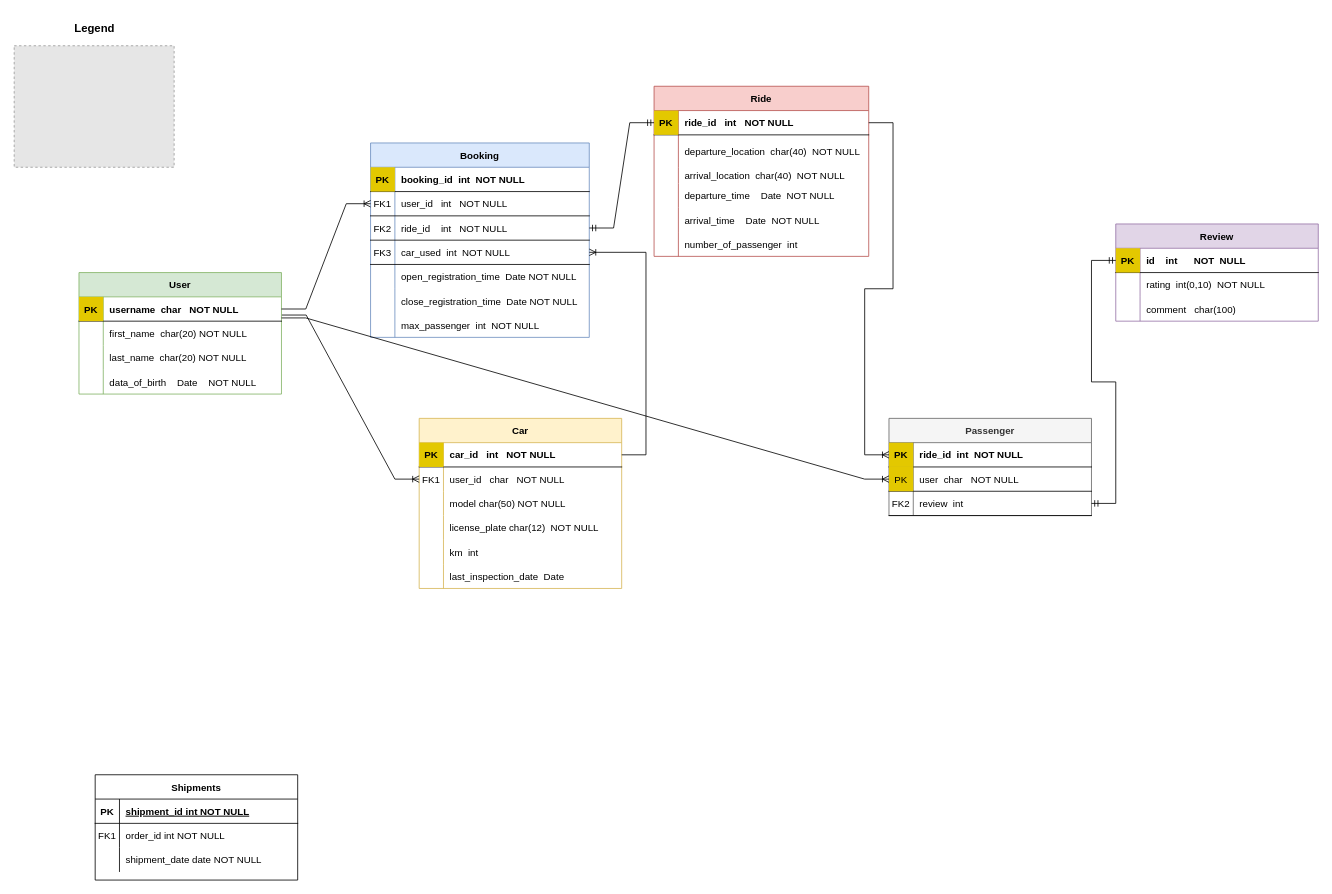
The draw.io diagram img/database_er.drawio in lucaAnza/CarPooling_website, before the edit. Source tidied: cells renumbered, new cells numbered last; positions are measured from the earlier drawing's top-left corner, leaving out a move shared by most shapes. Both pictures are drawn from the tidied source at 81%, with x=0, y=0 at pixel (14, 21). Pictures stored in the file or linked from it are replaced by grey dashed boxes.
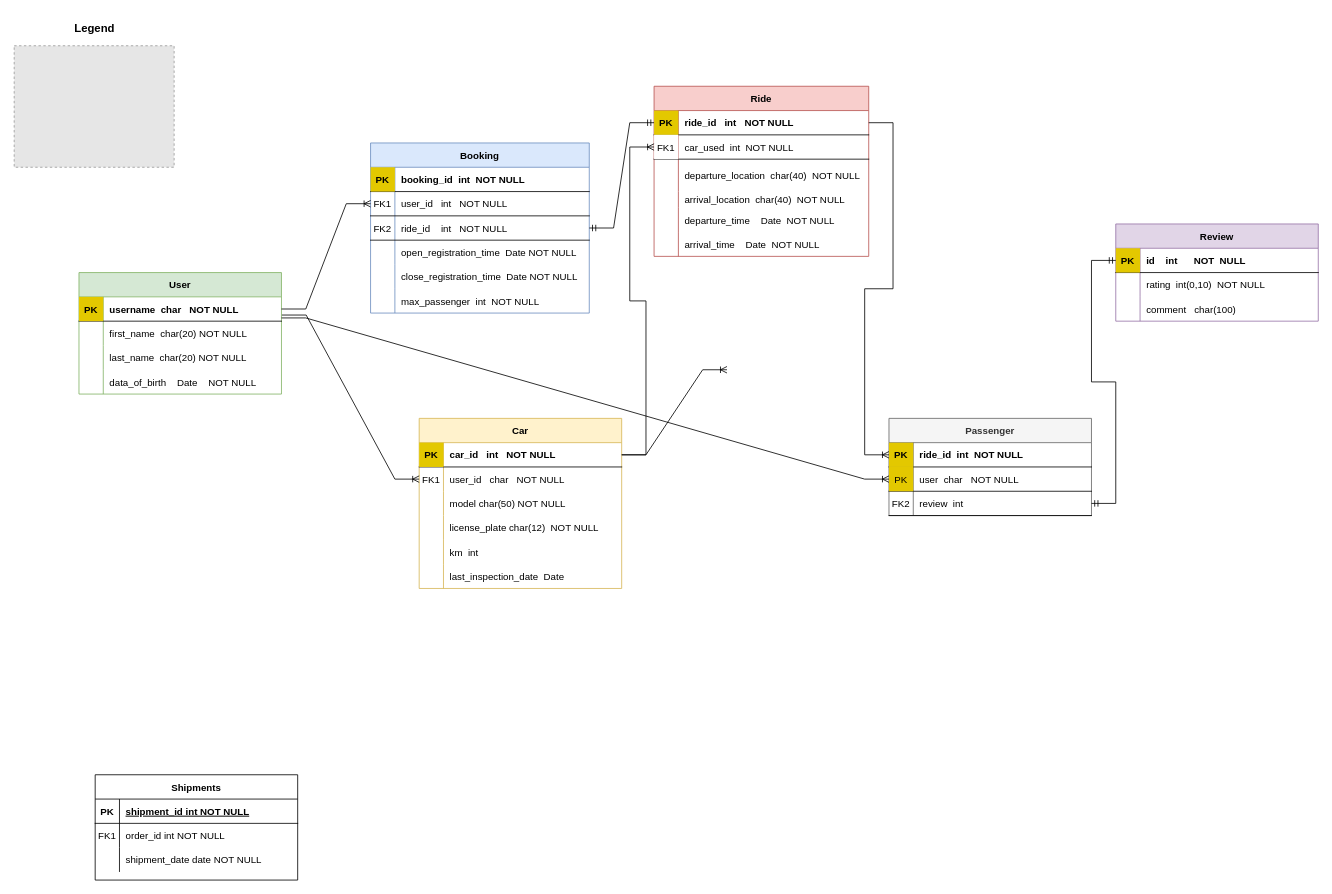
The same diagram, later.

Commit message (it also covers changes not shown here):
Change on database + upgrade trip front-end

The change refers to these unchanged cells:
```xml
<mxCell id="15" value="Ride" style="shape=table;startSize=30;childLayout=tableLayout;rowLines=0;fontStyle=1;align=center;fillColor=#f8cecc;strokeColor=#b85450;" parent="1" vertex="1">
  <mxGeometry x="790" y="80" width="265" height="210" as="geometry" />
</mxCell>
<mxCell id="35" style="shape=partialRectangle;fillColor=none;points=[[0,0.5],[1,0.5]];portConstraint=eastwest;top=0;left=0;right=0;bottom=1;" parent="34" vertex="1">
  <mxGeometry y="30" width="250" height="30" as="geometry" />
</mxCell>
```

The edit, as a diff of the source:
```diff
@@
+    <mxCell id="114" style="shape=partialRectangle;fillColor=none;points=[[0,0.5],[1,0.5]];portConstraint=eastwest;top=0;left=0;right=0;bottom=1;" parent="15" vertex="1">
+      <mxGeometry y="60" width="265" height="30" as="geometry" />
+    </mxCell>
+    <mxCell id="115" value="FK1" style="shape=partialRectangle;overflow=hidden;top=0;left=0;bottom=0;right=0;fontStyle=0;" parent="114" vertex="1">
+      <mxGeometry width="30" height="30" as="geometry" />
+    </mxCell>
+    <mxCell id="98" value="car_used  int  NOT NULL" style="shape=partialRectangle;overflow=hidden;fillColor=none;top=0;left=0;bottom=0;right=0;align=left;spacingLeft=6;fontStyle=0;" parent="114" vertex="1">
+      <mxGeometry x="30" width="235" height="30" as="geometry" />
+    </mxCell>
     <mxCell id="19" style="shape=partialRectangle;fillColor=none;top=0;left=0;right=0;bottom=0;" parent="15" vertex="1">
-      <mxGeometry y="60" width="265" height="40" as="geometry" />
+      <mxGeometry y="90" width="265" height="40" as="geometry" />
     </mxCell>
@@
     <mxCell id="22" style="shape=partialRectangle;fillColor=none;top=0;left=0;right=0;bottom=0;" parent="15" vertex="1">
-      <mxGeometry y="100" width="265" height="20" as="geometry" />
+      <mxGeometry y="130" width="265" height="20" as="geometry" />
     </mxCell>
@@
     <mxCell id="25" style="shape=partialRectangle;fillColor=none;top=0;left=0;right=0;bottom=0;" parent="15" vertex="1">
-      <mxGeometry y="120" width="265" height="30" as="geometry" />
+      <mxGeometry y="150" width="265" height="30" as="geometry" />
     </mxCell>
@@
     <mxCell id="28" style="shape=partialRectangle;fillColor=none;top=0;left=0;right=0;bottom=0;" parent="15" vertex="1">
-      <mxGeometry y="150" width="265" height="30" as="geometry" />
+      <mxGeometry y="180" width="265" height="30" as="geometry" />
     </mxCell>
@@
-    <mxCell id="31" style="shape=partialRectangle;fillColor=none;top=0;left=0;right=0;bottom=0;" parent="15" vertex="1">
-      <mxGeometry y="180" width="265" height="30" as="geometry" />
-    </mxCell>
-    <mxCell id="32" style="shape=partialRectangle;overflow=hidden;fillColor=none;top=0;left=0;bottom=0;right=0;" parent="31" vertex="1">
-      <mxGeometry width="30" height="30" as="geometry" />
-    </mxCell>
-    <mxCell id="33" value="number_of_passenger  int   " style="shape=partialRectangle;overflow=hidden;fillColor=none;top=0;left=0;bottom=0;right=0;align=left;spacingLeft=6;" parent="31" vertex="1">
-      <mxGeometry x="30" width="235" height="30" as="geometry" />
-    </mxCell>
@@
     <mxCell id="86" value="Booking" style="shape=table;startSize=30;childLayout=tableLayout;rowLines=0;fontStyle=1;align=center;fillColor=#dae8fc;strokeColor=#6c8ebf;" parent="1" vertex="1">
-      <mxGeometry x="440" y="150" width="270" height="240" as="geometry" />
+      <mxGeometry x="440" y="150" width="270" height="210" as="geometry" />
     </mxCell>
@@
-    <mxCell id="96" style="shape=partialRectangle;fillColor=none;points=[[0,0.5],[1,0.5]];portConstraint=eastwest;top=0;left=0;right=0;bottom=1;" parent="86" vertex="1">
-      <mxGeometry y="120" width="270" height="30" as="geometry" />
-    </mxCell>
-    <mxCell id="97" value="FK3" style="shape=partialRectangle;overflow=hidden;fillColor=none;top=0;left=0;bottom=0;right=0;fontStyle=0;" parent="96" vertex="1">
-      <mxGeometry width="30" height="30" as="geometry" />
-    </mxCell>
-    <mxCell id="98" value="car_used  int  NOT NULL" style="shape=partialRectangle;overflow=hidden;fillColor=none;top=0;left=0;bottom=0;right=0;align=left;spacingLeft=6;fontStyle=0;" parent="96" vertex="1">
-      <mxGeometry x="30" width="240" height="30" as="geometry" />
-    </mxCell>
     <mxCell id="99" style="shape=partialRectangle;fillColor=none;top=0;left=0;right=0;bottom=0;" parent="86" vertex="1">
-      <mxGeometry y="150" width="270" height="30" as="geometry" />
+      <mxGeometry y="120" width="270" height="30" as="geometry" />
     </mxCell>
@@
     <mxCell id="102" style="shape=partialRectangle;fillColor=none;top=0;left=0;right=0;bottom=0;" parent="86" vertex="1">
-      <mxGeometry y="180" width="270" height="30" as="geometry" />
+      <mxGeometry y="150" width="270" height="30" as="geometry" />
     </mxCell>
@@
     <mxCell id="105" style="shape=partialRectangle;fillColor=none;top=0;left=0;right=0;bottom=0;" parent="86" vertex="1">
-      <mxGeometry y="210" width="270" height="30" as="geometry" />
+      <mxGeometry y="180" width="270" height="30" as="geometry" />
     </mxCell>
@@
-    <mxCell id="112" style="edgeStyle=entityRelationEdgeStyle;fontSize=12;html=1;endArrow=ERoneToMany;rounded=0;entryX=1;entryY=0.5;entryDx=0;entryDy=0;" parent="1" edge="1" target="96">
+    <mxCell id="112" style="edgeStyle=entityRelationEdgeStyle;fontSize=12;html=1;endArrow=ERoneToMany;rounded=0;entryX=1;entryY=0.5;entryDx=0;entryDy=0;" parent="1" edge="1">
       <mxGeometry relative="1" as="geometry">
         <mxPoint x="750" y="535" as="sourcePoint" />
+        <mxPoint x="880" y="430" as="targetPoint" />
         <Array as="points">
           <mxPoint x="460" y="440" />
           <mxPoint x="740" y="470" />
         </Array>
       </mxGeometry>
     </mxCell>
@@
+    <mxCell id="116" style="edgeStyle=entityRelationEdgeStyle;fontSize=12;html=1;endArrow=ERoneToMany;rounded=0;exitX=1;exitY=0.5;exitDx=0;exitDy=0;entryX=0;entryY=0.5;entryDx=0;entryDy=0;" parent="1" edge="1" source="35" target="114">
+      <mxGeometry relative="1" as="geometry" />
+    </mxCell>
```
